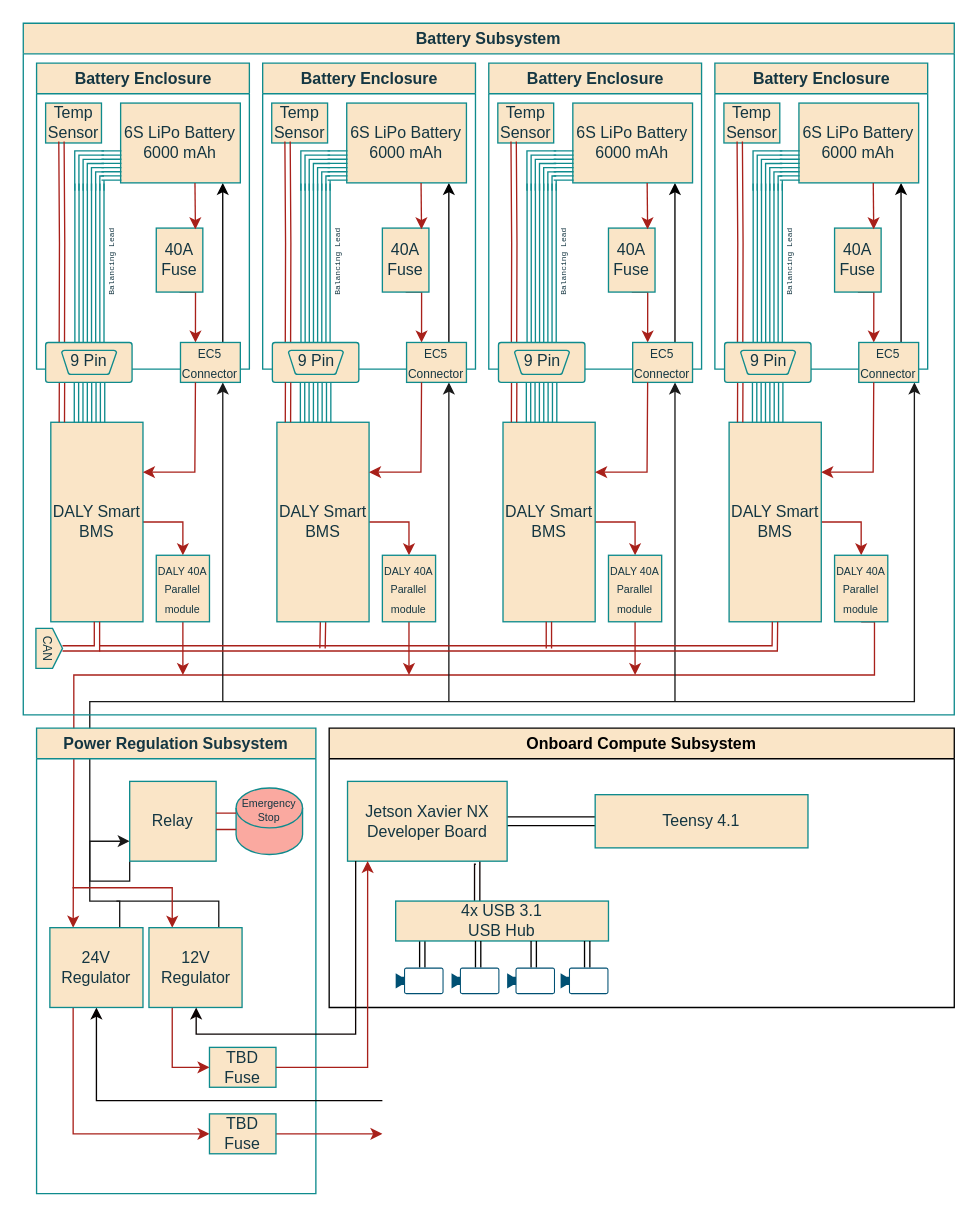
Earlier version of the draw.io diagram Diagrams/RoverFullBlockDiagram.drawio (roboticsatiowa/Documents-and-Resources). Source tidied: cells renumbered, new cells numbered last; positions are measured from the earlier drawing's top-left corner, leaving out a move shared by most shapes. Both pictures are drawn from the tidied source at 133%, with x=0, y=0 at pixel (9, 23).
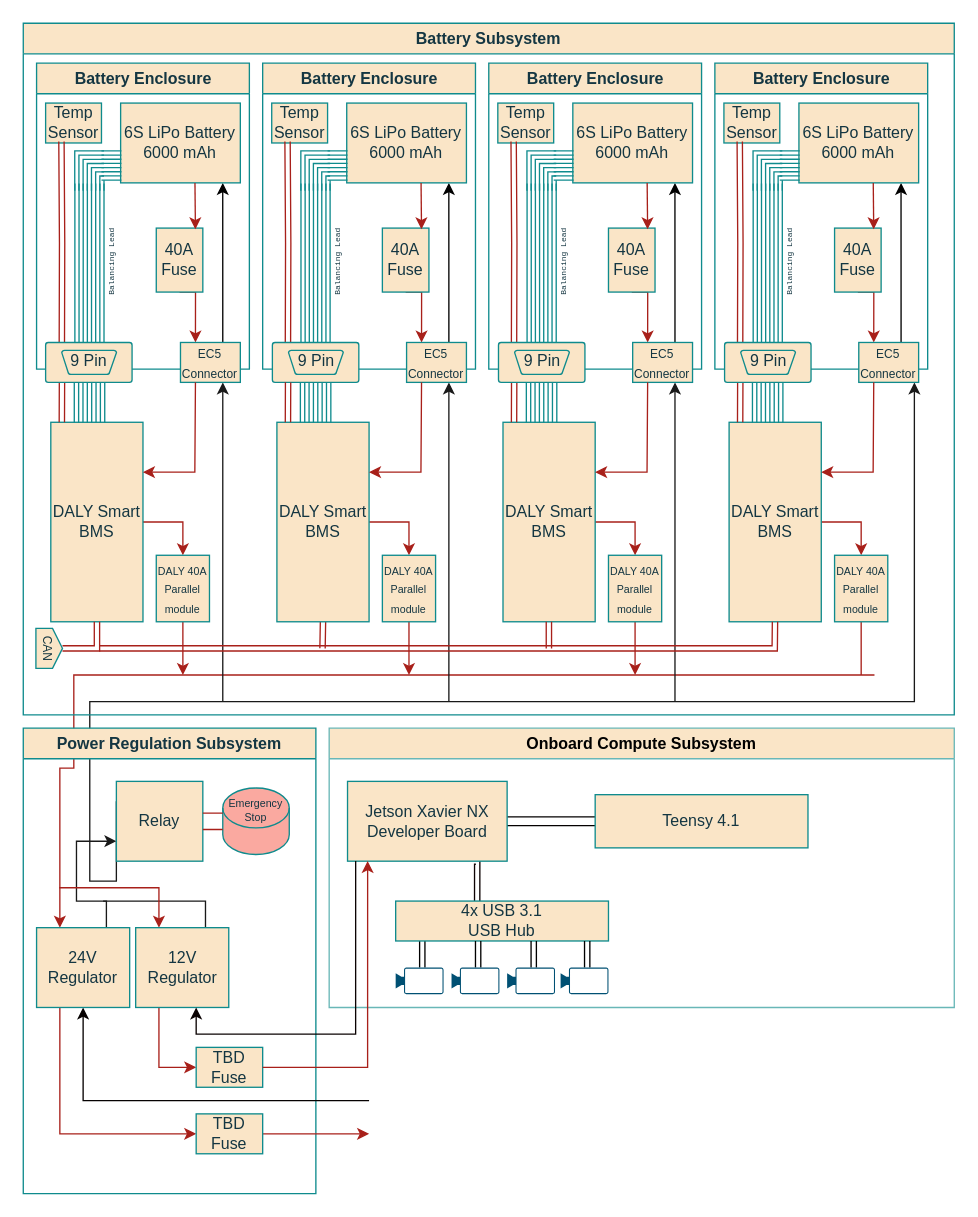
After the change.

Change to the diagram source:
```diff
@@
     <mxCell id="4" value="Power Regulation Subsystem" style="swimlane;whiteSpace=wrap;html=1;labelBackgroundColor=none;fillColor=#FAE5C7;strokeColor=#0F8B8D;fontColor=#143642;" parent="1" vertex="1">
-      <mxGeometry x="20" y="530" width="210" height="350" as="geometry" />
+      <mxGeometry x="10" y="530" width="220" height="350" as="geometry" />
     </mxCell>
@@
-    <mxCell id="19" value="Onboard Compute Subsystem" style="swimlane;whiteSpace=wrap;html=1;fillColor=#fae5c7;strokeWidth=1;" parent="1" vertex="1">
+    <mxCell id="19" value="Onboard Compute Subsystem" style="swimlane;whiteSpace=wrap;html=1;fillColor=#fae5c7;strokeWidth=1;strokeColor=#69b7b7;" parent="1" vertex="1">
       <mxGeometry x="240" y="530" width="470" height="210" as="geometry" />
     </mxCell>
```
